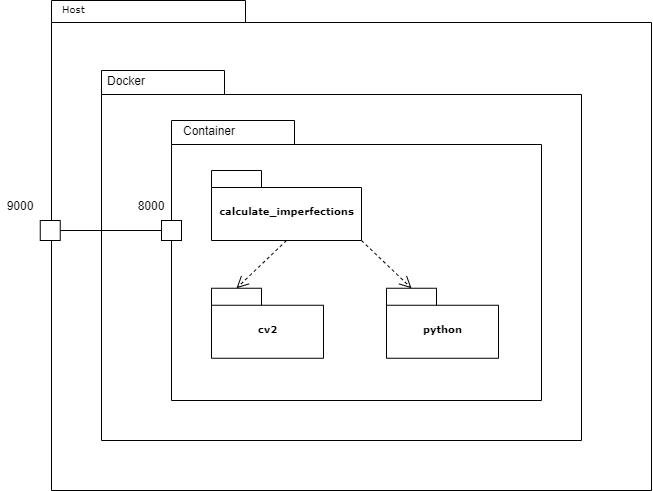
Before: docs/images/UML_app_despliegue.png, a diagram exported from draw.io (AlbaranezJavier/AIVA_2021_AJ). Source tidied: cells renumbered, new cells last; positions are measured from the earlier drawing's top-left corner, leaving out a move shared by most shapes.
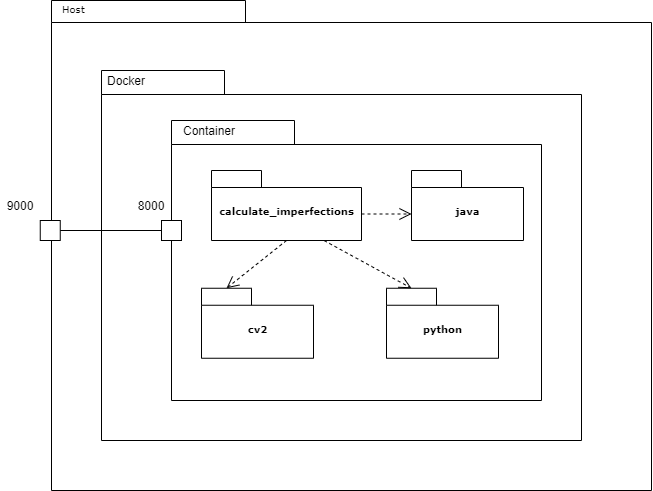
The same file after the commit.

The edit, as a diff of the source:
```diff
@@ -24,7 +24,7 @@
       <mxGeometry x="386" y="287.8" width="112" height="70" as="geometry" />
     </mxCell>
     <mxCell id="9" value="cv2" style="shape=folder;fontStyle=1;spacingTop=10;tabWidth=50;tabHeight=17;tabPosition=left;html=1;rounded=0;shadow=0;comic=0;labelBackgroundColor=none;strokeColor=#000000;strokeWidth=1;fillColor=#ffffff;fontFamily=Verdana;fontSize=10;fontColor=#000000;align=center;" parent="1" vertex="1">
-      <mxGeometry x="211" y="287.8" width="112" height="70" as="geometry" />
+      <mxGeometry x="201" y="287.8" width="112" height="70" as="geometry" />
     </mxCell>
     <mxCell id="10" value="calculate_imperfections" style="shape=folder;fontStyle=1;spacingTop=10;tabWidth=50;tabHeight=17;tabPosition=left;html=1;rounded=0;shadow=0;comic=0;labelBackgroundColor=none;strokeColor=#000000;strokeWidth=1;fillColor=#ffffff;fontFamily=Verdana;fontSize=10;fontColor=#000000;align=center;" parent="1" vertex="1">
       <mxGeometry x="211" y="170" width="150" height="70" as="geometry" />
@@ -32,7 +32,7 @@
     <mxCell id="11" style="edgeStyle=none;rounded=0;html=1;dashed=1;labelBackgroundColor=none;startFill=0;endArrow=open;endFill=0;endSize=10;fontFamily=Verdana;fontSize=10;entryX=0;entryY=0;entryPerimeter=0;exitX=0.5;exitY=1;exitDx=0;exitDy=0;exitPerimeter=0;entryDx=25;entryDy=0;" parent="1" edge="1" source="10" target="9">
       <mxGeometry relative="1" as="geometry" />
     </mxCell>
-    <mxCell id="12" style="edgeStyle=none;rounded=0;html=1;dashed=1;labelBackgroundColor=none;startFill=0;endArrow=open;endFill=0;endSize=10;fontFamily=Verdana;fontSize=10;entryX=0;entryY=0;entryPerimeter=0;exitX=0;exitY=0;exitDx=150;exitDy=70;exitPerimeter=0;entryDx=25;entryDy=0;" parent="1" edge="1" source="10" target="8">
+    <mxCell id="12" style="edgeStyle=none;rounded=0;html=1;dashed=1;labelBackgroundColor=none;startFill=0;endArrow=open;endFill=0;endSize=10;fontFamily=Verdana;fontSize=10;entryX=0;entryY=0;entryPerimeter=0;exitX=0.75;exitY=1;exitDx=0;exitDy=0;exitPerimeter=0;entryDx=25;entryDy=0;" parent="1" edge="1" source="10" target="8">
       <mxGeometry relative="1" as="geometry" />
     </mxCell>
     <mxCell id="13" style="whiteSpace=wrap;html=1;" parent="1" vertex="1">
@@ -50,5 +50,11 @@
     <mxCell id="17" value="9000" style="text;html=1;strokeColor=none;fillColor=none;align=center;verticalAlign=middle;whiteSpace=wrap;rounded=0;" parent="1" vertex="1">
       <mxGeometry x="-0.2" y="195" width="40" height="20" as="geometry" />
     </mxCell>
+    <mxCell id="18" value="java" style="shape=folder;fontStyle=1;spacingTop=10;tabWidth=50;tabHeight=17;tabPosition=left;html=1;rounded=0;shadow=0;comic=0;labelBackgroundColor=none;strokeColor=#000000;strokeWidth=1;fillColor=#ffffff;fontFamily=Verdana;fontSize=10;fontColor=#000000;align=center;" parent="1" vertex="1">
+      <mxGeometry x="411" y="170" width="112" height="70" as="geometry" />
+    </mxCell>
+    <mxCell id="19" style="edgeStyle=none;rounded=0;html=1;dashed=1;labelBackgroundColor=none;startFill=0;endArrow=open;endFill=0;endSize=10;fontFamily=Verdana;fontSize=10;entryX=0;entryY=0;entryPerimeter=0;exitX=0;exitY=0;exitDx=150;exitDy=43.5;exitPerimeter=0;entryDx=0;entryDy=43.5;" parent="1" edge="1" source="10" target="18">
+      <mxGeometry relative="1" as="geometry" />
+    </mxCell>
   </root>
 </mxGraphModel>
```
